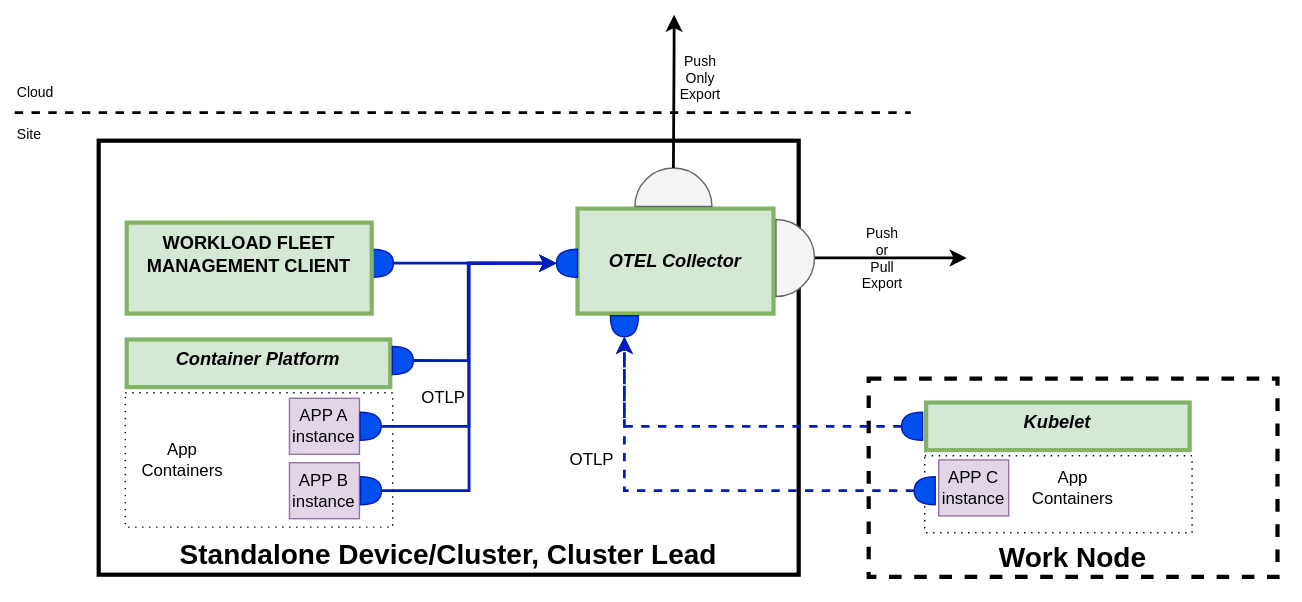
The draw.io diagram system-design/figures/System-design-observability-deployment1.drawio.svg in margo/general_website_content, before a commit. Source tidied: cells renumbered, new cells last; positions are measured from the earlier drawing's top-left corner, leaving out a move shared by most shapes. Its diagram source:
```xml
<mxGraphModel>
  <root>
    <mxCell id="0" />
    <mxCell id="1" parent="0" />
    <mxCell id="2" style="rounded=0;whiteSpace=wrap;html=1;strokeColor=none;" parent="1" vertex="1">
      <mxGeometry width="930" height="430" as="geometry" />
    </mxCell>
    <mxCell id="3" value="Standalone Device/Cluster, Cluster Lead" style="whiteSpace=wrap;align=center;verticalAlign=bottom;fontStyle=1;strokeWidth=3;fontSize=20;rounded=0;fontFamily=Helvetica;" parent="1" vertex="1">
      <mxGeometry x="70" y="100" width="500" height="310" as="geometry" />
    </mxCell>
    <mxCell id="4" value="OTEL Collector" style="whiteSpace=wrap;align=center;verticalAlign=middle;fontStyle=3;strokeWidth=3;fontSize=13;rounded=0;fillColor=#d5e8d4;strokeColor=#82b366;fontFamily=Helvetica;" parent="1" vertex="1">
      <mxGeometry x="412" y="148.5" width="140" height="75" as="geometry" />
    </mxCell>
    <mxCell id="5" style="rounded=0;whiteSpace=wrap;html=1;dashed=1;strokeColor=#000000;dashPattern=1 4;" parent="1" vertex="1">
      <mxGeometry x="89" y="280" width="191" height="96" as="geometry" />
    </mxCell>
    <mxCell id="6" value="APP A&lt;br&gt;instance" style="rounded=0;whiteSpace=wrap;html=1;fillColor=#e1d5e7;strokeColor=#9673a6;fontFamily=Helvetica;" parent="1" vertex="1">
      <mxGeometry x="206.2" y="284" width="50" height="40" as="geometry" />
    </mxCell>
    <mxCell id="7" value="APP B&lt;br&gt;instance" style="rounded=0;whiteSpace=wrap;html=1;fillColor=#e1d5e7;strokeColor=#9673a6;fontFamily=Helvetica;" parent="1" vertex="1">
      <mxGeometry x="206.2" y="330" width="50" height="40" as="geometry" />
    </mxCell>
    <mxCell id="8" value="OTLP" style="text;html=1;strokeColor=none;fillColor=none;align=center;verticalAlign=middle;whiteSpace=wrap;rounded=0;fontFamily=Helvetica;" parent="1" vertex="1">
      <mxGeometry x="297.2" y="270.5" width="38.5" height="26" as="geometry" />
    </mxCell>
    <mxCell id="9" style="shape=or;whiteSpace=wrap;html=1;fillColor=#0050ef;strokeColor=#001DBC;rotation=-180;fontFamily=Helvetica;verticalAlign=top;rounded=0;fontColor=#ffffff;" parent="1" vertex="1">
      <mxGeometry x="397" y="177.5" width="15" height="20" as="geometry" />
    </mxCell>
    <mxCell id="10" style="shape=or;whiteSpace=wrap;html=1;fillColor=#0050ef;strokeColor=#001DBC;direction=south;rotation=-90;fontFamily=Helvetica;verticalAlign=top;rounded=0;fontColor=#ffffff;" parent="1" vertex="1">
      <mxGeometry x="254.2" y="296.5" width="20" height="15" as="geometry" />
    </mxCell>
    <mxCell id="11" style="edgeStyle=orthogonalEdgeStyle;rounded=0;jettySize=auto;html=1;exitX=1;exitY=0.5;exitDx=0;exitDy=0;exitPerimeter=0;entryX=1;entryY=0.5;entryDx=0;entryDy=0;entryPerimeter=0;fillColor=#0050ef;strokeColor=#001DBC;fontFamily=Helvetica;strokeWidth=2;" parent="1" edge="1" source="12" target="9">
      <mxGeometry relative="1" as="geometry" />
    </mxCell>
    <mxCell id="12" style="shape=or;whiteSpace=wrap;html=1;fillColor=#0050ef;strokeColor=#001DBC;direction=south;rotation=-90;fontFamily=Helvetica;verticalAlign=top;rounded=0;fontColor=#ffffff;" parent="1" vertex="1">
      <mxGeometry x="254.5" y="342.5" width="20" height="15" as="geometry" />
    </mxCell>
    <mxCell id="13" style="verticalLabelPosition=bottom;verticalAlign=top;html=1;shape=mxgraph.basic.half_circle;fillColor=#f5f5f5;strokeColor=#666666;rounded=0;fontColor=#333333;rotation=-180;fontFamily=Helvetica;" parent="1" vertex="1">
      <mxGeometry x="453" y="119.5" width="55" height="27.5" as="geometry" />
    </mxCell>
    <mxCell id="14" style="edgeStyle=orthogonalEdgeStyle;elbow=horizontal;strokeColor=default;strokeWidth=2;fillColor=#dae8fc;rounded=0;entryX=0.5;entryY=1;entryDx=0;entryDy=0;entryPerimeter=0;startArrow=classic;startFill=1;endArrow=none;endFill=0;fontFamily=Helvetica;" parent="1" edge="1" target="13">
      <mxGeometry relative="1" as="geometry">
        <mxPoint x="481" y="10" as="sourcePoint" />
        <Array as="points">
          <mxPoint x="481" y="35" />
        </Array>
      </mxGeometry>
    </mxCell>
    <mxCell id="15" style="edgeStyle=orthogonalEdgeStyle;rounded=0;jettySize=auto;html=1;exitX=1;exitY=0.5;exitDx=0;exitDy=0;exitPerimeter=0;entryX=1;entryY=0.5;entryDx=0;entryDy=0;entryPerimeter=0;fillColor=#0050ef;strokeColor=#001DBC;fontFamily=Helvetica;strokeWidth=2;" parent="1" edge="1" source="10" target="9">
      <mxGeometry relative="1" as="geometry" />
    </mxCell>
    <mxCell id="16" style="shape=or;whiteSpace=wrap;html=1;fillColor=#0050ef;strokeColor=#001DBC;direction=south;rotation=-90;fontFamily=Helvetica;verticalAlign=top;rounded=0;fontColor=#ffffff;" parent="1" vertex="1">
      <mxGeometry x="263" y="180" width="20" height="15" as="geometry" />
    </mxCell>
    <mxCell id="17" style="edgeStyle=orthogonalEdgeStyle;rounded=0;jettySize=auto;html=1;exitX=1;exitY=0.5;exitDx=0;exitDy=0;exitPerimeter=0;entryX=1;entryY=0.5;entryDx=0;entryDy=0;entryPerimeter=0;fillColor=#0050ef;strokeColor=#001DBC;fontFamily=Helvetica;strokeWidth=2;" parent="1" edge="1" source="16" target="9">
      <mxGeometry relative="1" as="geometry" />
    </mxCell>
    <mxCell id="18" value="Container Platform" style="whiteSpace=wrap;align=center;verticalAlign=top;fontStyle=3;strokeWidth=3;fontSize=13;rounded=0;fontFamily=Helvetica;fillColor=#d5e8d4;strokeColor=#82b366;" parent="1" vertex="1">
      <mxGeometry x="90" y="242" width="188.2" height="34" as="geometry" />
    </mxCell>
    <mxCell id="19" style="shape=or;whiteSpace=wrap;html=1;fillColor=#0050ef;strokeColor=#001DBC;direction=south;rotation=-90;fontFamily=Helvetica;verticalAlign=top;rounded=0;fontColor=#ffffff;" parent="1" vertex="1">
      <mxGeometry x="277.2" y="249.5" width="20" height="15" as="geometry" />
    </mxCell>
    <mxCell id="20" style="edgeStyle=orthogonalEdgeStyle;rounded=0;jettySize=auto;html=1;fillColor=#0050ef;strokeColor=#001DBC;fontFamily=Helvetica;strokeWidth=2;entryX=1;entryY=0.5;entryDx=0;entryDy=0;entryPerimeter=0;exitX=1;exitY=0.5;exitDx=0;exitDy=0;exitPerimeter=0;" parent="1" edge="1" source="19" target="9">
      <mxGeometry relative="1" as="geometry">
        <Array as="points">
          <mxPoint x="334" y="257" />
          <mxPoint x="334" y="188" />
        </Array>
      </mxGeometry>
    </mxCell>
    <mxCell id="21" value="Work Node" style="whiteSpace=wrap;align=center;verticalAlign=bottom;fontStyle=1;strokeWidth=3;fontSize=20;rounded=0;fontFamily=Helvetica;dashed=1;" parent="1" vertex="1">
      <mxGeometry x="620" y="270" width="292" height="141.5" as="geometry" />
    </mxCell>
    <mxCell id="22" style="rounded=0;whiteSpace=wrap;html=1;dashed=1;strokeColor=#000000;dashPattern=1 4;" parent="1" vertex="1">
      <mxGeometry x="660" y="325" width="191" height="55" as="geometry" />
    </mxCell>
    <mxCell id="23" value="Kubelet" style="whiteSpace=wrap;align=center;verticalAlign=top;fontStyle=3;strokeWidth=3;fontSize=13;rounded=0;fontFamily=Helvetica;fillColor=#d5e8d4;strokeColor=#82b366;" parent="1" vertex="1">
      <mxGeometry x="661" y="287" width="188.2" height="34" as="geometry" />
    </mxCell>
    <mxCell id="24" value="APP C&lt;br&gt;instance" style="rounded=0;whiteSpace=wrap;html=1;fillColor=#e1d5e7;strokeColor=#9673a6;fontFamily=Helvetica;" parent="1" vertex="1">
      <mxGeometry x="670" y="328" width="50" height="40" as="geometry" />
    </mxCell>
    <mxCell id="25" style="shape=or;whiteSpace=wrap;html=1;fillColor=#0050ef;strokeColor=#001DBC;direction=south;rotation=90;fontFamily=Helvetica;verticalAlign=top;rounded=0;fontColor=#ffffff;" parent="1" vertex="1">
      <mxGeometry x="641" y="296.5" width="20" height="15" as="geometry" />
    </mxCell>
    <mxCell id="26" style="shape=or;whiteSpace=wrap;html=1;fillColor=#0050ef;strokeColor=#001DBC;direction=south;rotation=90;fontFamily=Helvetica;verticalAlign=top;rounded=0;fontColor=#ffffff;" parent="1" vertex="1">
      <mxGeometry x="650" y="342.5" width="20" height="15" as="geometry" />
    </mxCell>
    <mxCell id="27" style="edgeStyle=orthogonalEdgeStyle;rounded=0;jettySize=auto;html=1;exitX=1;exitY=0.5;exitDx=0;exitDy=0;exitPerimeter=0;fillColor=#0050ef;strokeColor=#001DBC;fontFamily=Helvetica;strokeWidth=2;entryX=1;entryY=0.5;entryDx=0;entryDy=0;entryPerimeter=0;dashed=1;" parent="1" edge="1" source="26" target="28">
      <mxGeometry relative="1" as="geometry" />
    </mxCell>
    <mxCell id="28" style="shape=or;whiteSpace=wrap;html=1;fillColor=#0050ef;strokeColor=#001DBC;rotation=90;fontFamily=Helvetica;verticalAlign=top;rounded=0;fontColor=#ffffff;" parent="1" vertex="1">
      <mxGeometry x="438" y="222.5" width="15" height="20" as="geometry" />
    </mxCell>
    <mxCell id="29" style="edgeStyle=orthogonalEdgeStyle;rounded=0;jettySize=auto;html=1;exitX=1;exitY=0.5;exitDx=0;exitDy=0;exitPerimeter=0;fillColor=#0050ef;strokeColor=#001DBC;fontFamily=Helvetica;strokeWidth=2;entryX=1;entryY=0.5;entryDx=0;entryDy=0;entryPerimeter=0;dashed=1;" parent="1" edge="1" source="25" target="28">
      <mxGeometry relative="1" as="geometry" />
    </mxCell>
    <mxCell id="30" value="App Containers" style="text;html=1;strokeColor=none;fillColor=none;align=center;verticalAlign=middle;whiteSpace=wrap;rounded=0;dashed=1;" parent="1" vertex="1">
      <mxGeometry x="100" y="313" width="60" height="30" as="geometry" />
    </mxCell>
    <mxCell id="31" value="App Containers" style="text;html=1;strokeColor=none;fillColor=none;align=center;verticalAlign=middle;whiteSpace=wrap;rounded=0;dashed=1;" parent="1" vertex="1">
      <mxGeometry x="736" y="333" width="60" height="30" as="geometry" />
    </mxCell>
    <mxCell id="32" style="edgeStyle=none;html=1;strokeWidth=2;" parent="1" edge="1" source="33">
      <mxGeometry relative="1" as="geometry">
        <mxPoint x="690" y="183.8" as="targetPoint" />
      </mxGeometry>
    </mxCell>
    <mxCell id="33" style="verticalLabelPosition=bottom;verticalAlign=top;html=1;shape=mxgraph.basic.half_circle;fillColor=#f5f5f5;strokeColor=#666666;rounded=0;fontColor=#333333;rotation=-90;fontFamily=Helvetica;" parent="1" vertex="1">
      <mxGeometry x="540" y="170" width="55" height="27.5" as="geometry" />
    </mxCell>
    <mxCell id="34" value="Push&amp;nbsp;&lt;br style=&quot;font-size: 10px;&quot;&gt;Only&lt;br style=&quot;font-size: 10px;&quot;&gt;Export" style="text;html=1;strokeColor=none;fillColor=none;align=center;verticalAlign=middle;whiteSpace=wrap;rounded=0;dashed=1;fontSize=10;" parent="1" vertex="1">
      <mxGeometry x="470" y="40" width="60" height="30" as="geometry" />
    </mxCell>
    <mxCell id="35" value="Push&amp;nbsp;&lt;br style=&quot;font-size: 10px;&quot;&gt;or&lt;br&gt;Pull&lt;br style=&quot;font-size: 10px;&quot;&gt;Export" style="text;html=1;strokeColor=none;fillColor=none;align=center;verticalAlign=middle;whiteSpace=wrap;rounded=0;dashed=1;fontSize=10;" parent="1" vertex="1">
      <mxGeometry x="600" y="168.8" width="60" height="30" as="geometry" />
    </mxCell>
    <mxCell id="36" style="endArrow=none;html=1;strokeWidth=2;fontSize=10;dashed=1;" parent="1" edge="1">
      <mxGeometry relative="1" as="geometry">
        <mxPoint x="10" y="80" as="sourcePoint" />
        <mxPoint x="650" y="80" as="targetPoint" />
      </mxGeometry>
    </mxCell>
    <mxCell id="37" value="Cloud" style="text;html=1;strokeColor=none;fillColor=none;align=left;verticalAlign=middle;whiteSpace=wrap;rounded=0;dashed=1;fontSize=10;" parent="1" vertex="1">
      <mxGeometry x="10" y="50" width="60" height="30" as="geometry" />
    </mxCell>
    <mxCell id="38" value="Site" style="text;html=1;strokeColor=none;fillColor=none;align=left;verticalAlign=middle;whiteSpace=wrap;rounded=0;dashed=1;fontSize=10;" parent="1" vertex="1">
      <mxGeometry x="10" y="80" width="60" height="30" as="geometry" />
    </mxCell>
    <mxCell id="39" value="OTLP" style="text;html=1;strokeColor=none;fillColor=none;align=center;verticalAlign=middle;whiteSpace=wrap;rounded=0;fontFamily=Helvetica;" parent="1" vertex="1">
      <mxGeometry x="402.5" y="315" width="38.5" height="26" as="geometry" />
    </mxCell>
    <mxCell id="40" value="WORKLOAD FLEET MANAGEMENT CLIENT" style="whiteSpace=wrap;align=center;verticalAlign=top;fontStyle=1;strokeWidth=3;fontSize=13;rounded=0;fontFamily=Helvetica;fillColor=#d5e8d4;strokeColor=#82b366;" parent="1" vertex="1">
      <mxGeometry x="90" y="158.5" width="175" height="65" as="geometry" />
    </mxCell>
  </root>
</mxGraphModel>
```
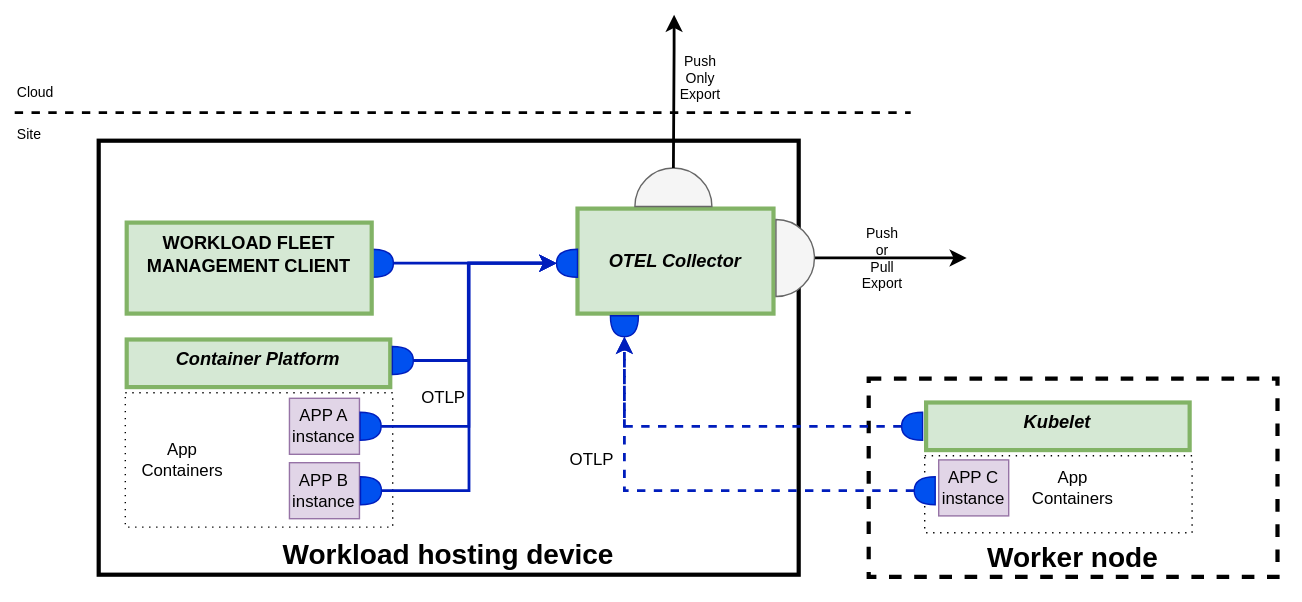
The same diagram one commit later.

Commit message:
Device roles to capabilities (#26)

What changed in the source:
```diff
@@ -5,7 +5,7 @@
     <mxCell id="2" style="rounded=0;whiteSpace=wrap;html=1;strokeColor=none;" parent="1" vertex="1">
       <mxGeometry width="930" height="430" as="geometry" />
     </mxCell>
-    <mxCell id="3" value="Standalone Device/Cluster, Cluster Lead" style="whiteSpace=wrap;align=center;verticalAlign=bottom;fontStyle=1;strokeWidth=3;fontSize=20;rounded=0;fontFamily=Helvetica;" parent="1" vertex="1">
+    <mxCell id="3" value="Workload hosting device" style="whiteSpace=wrap;align=center;verticalAlign=bottom;fontStyle=1;strokeWidth=3;fontSize=20;rounded=0;fontFamily=Helvetica;" parent="1" vertex="1">
       <mxGeometry x="70" y="100" width="500" height="310" as="geometry" />
     </mxCell>
     <mxCell id="4" value="OTEL Collector" style="whiteSpace=wrap;align=center;verticalAlign=middle;fontStyle=3;strokeWidth=3;fontSize=13;rounded=0;fillColor=#d5e8d4;strokeColor=#82b366;fontFamily=Helvetica;" parent="1" vertex="1">
@@ -69,7 +69,7 @@
         </Array>
       </mxGeometry>
     </mxCell>
-    <mxCell id="21" value="Work Node" style="whiteSpace=wrap;align=center;verticalAlign=bottom;fontStyle=1;strokeWidth=3;fontSize=20;rounded=0;fontFamily=Helvetica;dashed=1;" parent="1" vertex="1">
+    <mxCell id="21" value="Worker node" style="whiteSpace=wrap;align=center;verticalAlign=bottom;fontStyle=1;strokeWidth=3;fontSize=20;rounded=0;fontFamily=Helvetica;dashed=1;" parent="1" vertex="1">
       <mxGeometry x="620" y="270" width="292" height="141.5" as="geometry" />
     </mxCell>
     <mxCell id="22" style="rounded=0;whiteSpace=wrap;html=1;dashed=1;strokeColor=#000000;dashPattern=1 4;" parent="1" vertex="1">
```
